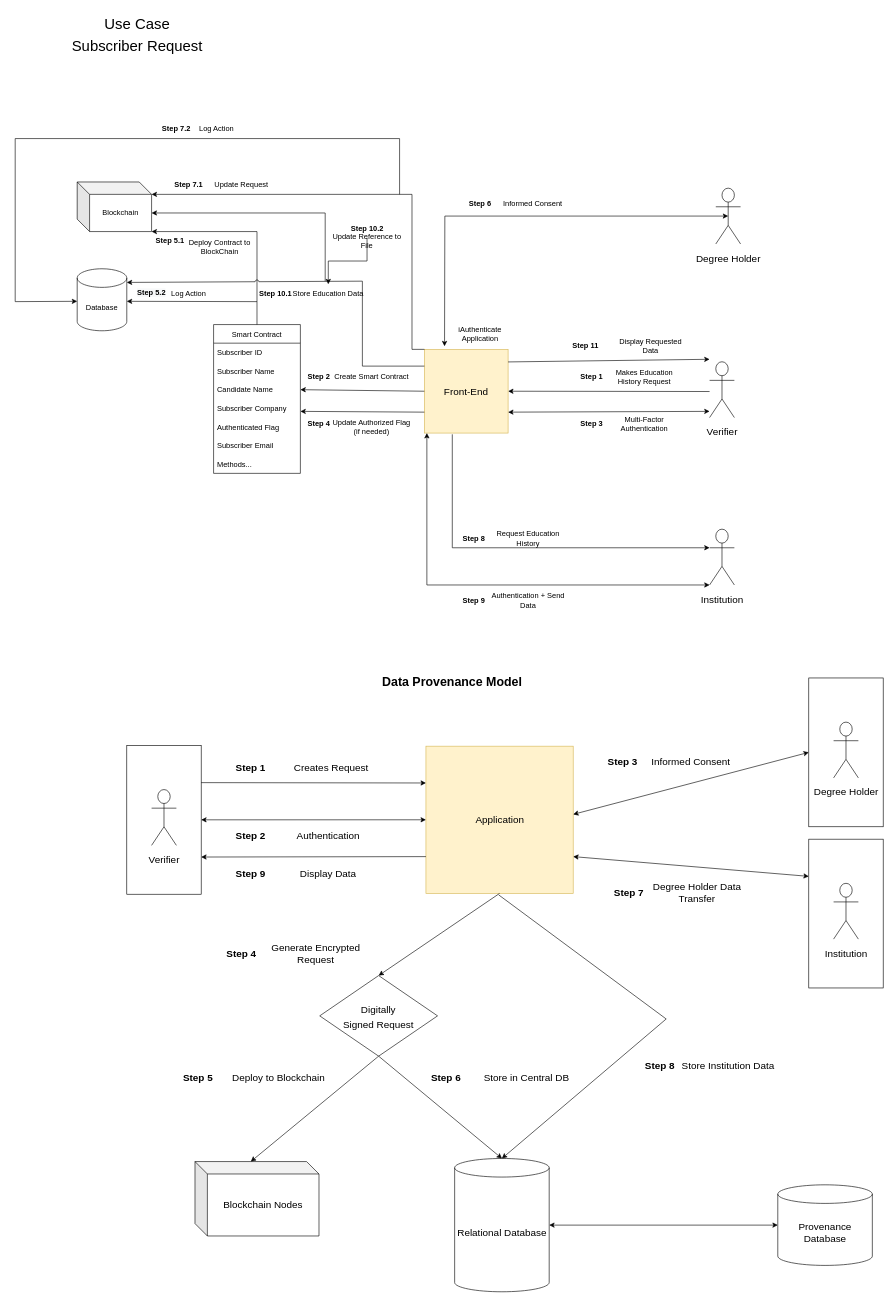
The draw.io diagram AuthenticatorAppUses.drawio in tkalp/AuthenticatorApp, before the edit. Source tidied: cells renumbered, new cells numbered last; positions are measured from the earlier drawing's top-left corner, leaving out a move shared by most shapes. Both pictures are drawn from the tidied source at 62%, with x=0, y=0 at pixel (15, 20).
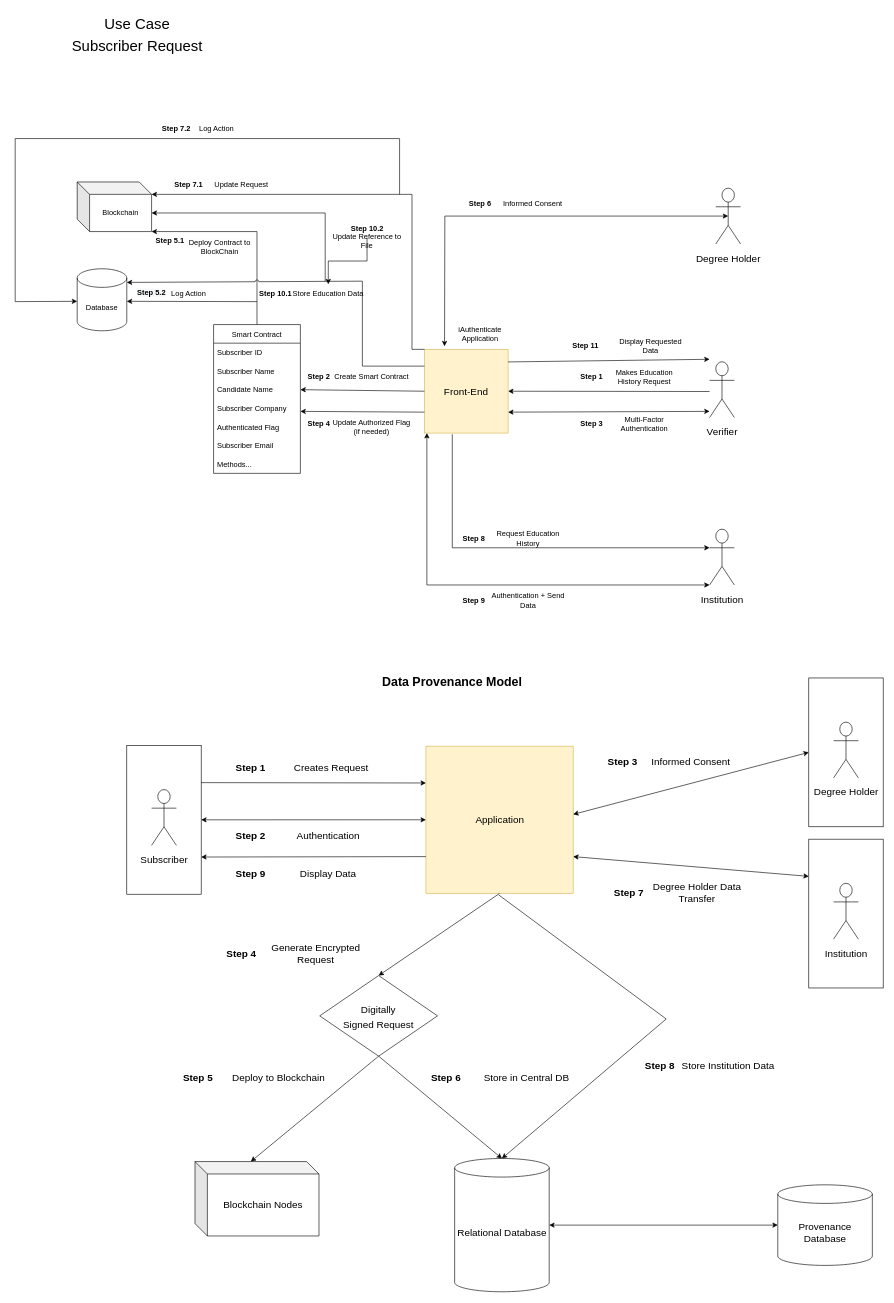
The same page after the edit.

Diff of the diagram source:
```diff
@@
-    <mxCell id="63" value="&lt;font style=&quot;font-size: 16px&quot;&gt;Verifier&lt;br&gt;&lt;br&gt;&lt;/font&gt;" style="shape=umlActor;verticalLabelPosition=bottom;verticalAlign=top;html=1;fontSize=24;fillColor=default;strokeColor=default;fontColor=default;" parent="1" vertex="1">
+    <mxCell id="63" value="&lt;font style=&quot;font-size: 16px&quot;&gt;Subscriber&lt;br&gt;&lt;/font&gt;" style="shape=umlActor;verticalLabelPosition=bottom;verticalAlign=top;html=1;fontSize=24;fillColor=default;strokeColor=default;fontColor=default;" parent="1" vertex="1">
       <mxGeometry x="220" y="1240" width="40" height="90" as="geometry" />
     </mxCell>
```
